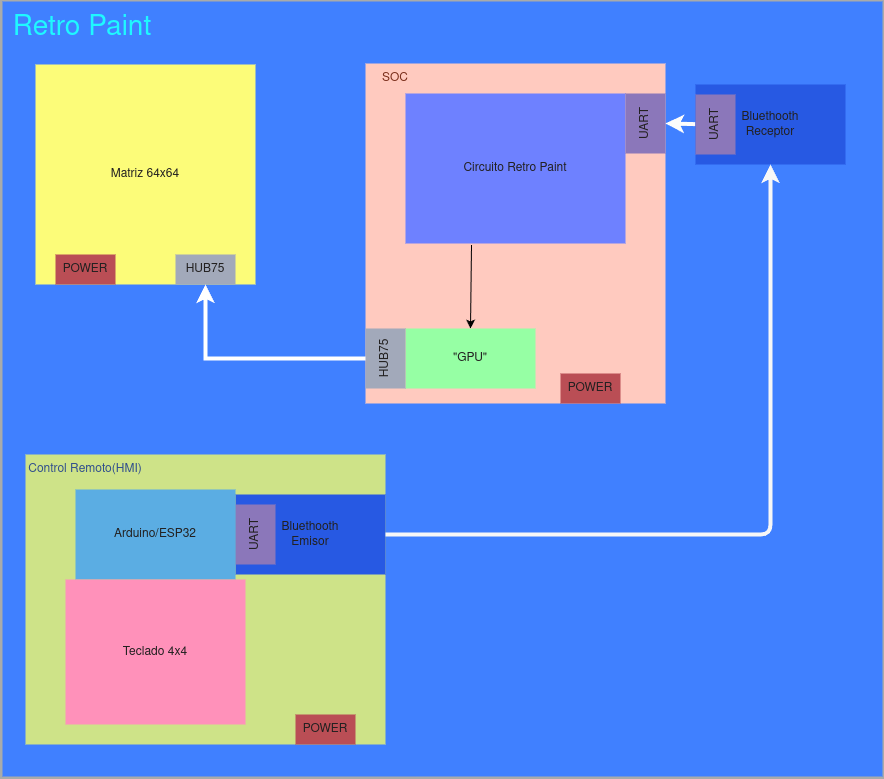
Earlier version of the draw.io export retro_paint/diagrams/bloques.png (safehehe/PTSD1). Source tidied: cells renumbered, new cells last; positions are measured from the earlier drawing's top-left corner, leaving out a move shared by most shapes.
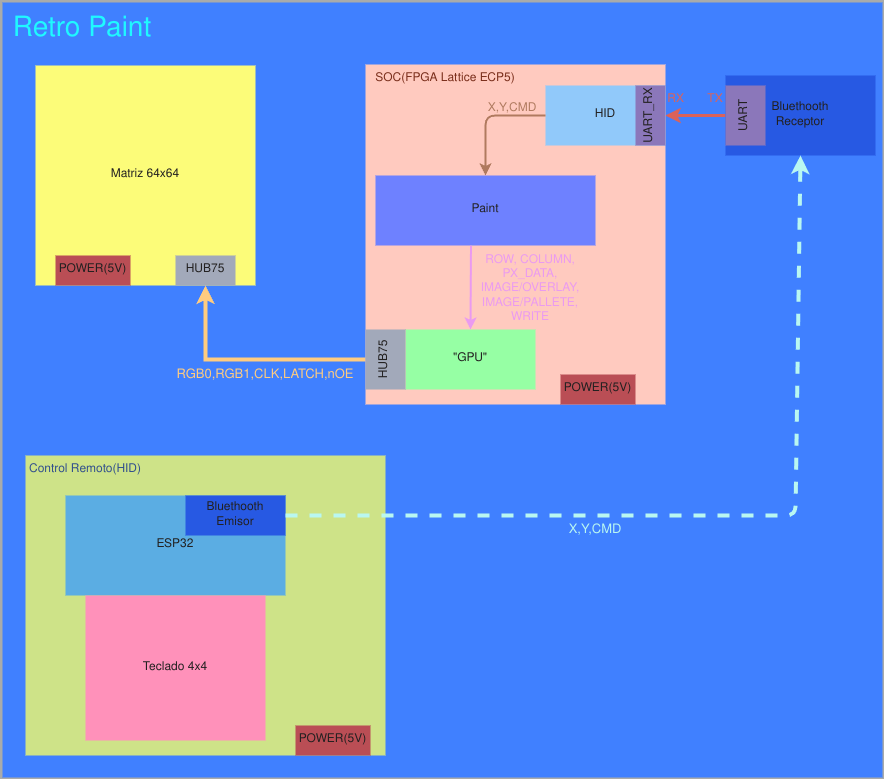
Later version of the same file.

Diff of the diagram source:
```diff
@@ -17,40 +17,13 @@
     <mxCell id="6" value="HUB75" style="rounded=0;whiteSpace=wrap;html=1;strokeColor=none;strokeWidth=4;fontColor=#222020;fillColor=#A2A9BA;direction=east;" parent="4" vertex="1">
       <mxGeometry x="140" y="190" width="60" height="30" as="geometry" />
     </mxCell>
-    <mxCell id="7" value="POWER" style="rounded=0;whiteSpace=wrap;html=1;strokeColor=none;strokeWidth=4;fontColor=#222020;fillColor=#BA4E55;direction=east;" parent="4" vertex="1">
-      <mxGeometry x="20" y="190" width="60" height="30" as="geometry" />
+    <mxCell id="7" value="POWER(5V)" style="rounded=0;whiteSpace=wrap;html=1;strokeColor=none;strokeWidth=4;fontColor=#222020;fillColor=#BA4E55;direction=east;" parent="4" vertex="1">
+      <mxGeometry x="20" y="190" width="75" height="30" as="geometry" />
     </mxCell>
-    <mxCell id="8" style="group;" parent="1" vertex="1">
-      <mxGeometry x="363" y="62" width="300" height="350" as="geometry" />
-    </mxCell>
-    <mxCell id="9" style="rounded=0;whiteSpace=wrap;html=1;labelBackgroundColor=none;strokeColor=none;strokeWidth=4;fontSize=28;fontColor=#1FF8FF;fillColor=#FFCABF;" parent="8" vertex="1">
-      <mxGeometry width="300" height="340" as="geometry" />
-    </mxCell>
-    <mxCell id="10" style="edgeStyle=none;html=1;entryX=0.5;entryY=0;entryDx=0;entryDy=0;exitX=0.3;exitY=1.01;exitDx=0;exitDy=0;exitPerimeter=0;" parent="8" edge="1" source="11" target="12">
-      <mxGeometry relative="1" as="geometry" />
-    </mxCell>
-    <mxCell id="11" value="Circuito Retro Paint" style="rounded=0;whiteSpace=wrap;html=1;labelBackgroundColor=none;strokeColor=none;strokeWidth=4;fontSize=12;fontColor=#222020;fillColor=#6E81FF;" parent="8" vertex="1">
-      <mxGeometry x="40" y="30" width="220" height="150" as="geometry" />
-    </mxCell>
-    <mxCell id="12" value="&quot;GPU&quot;" style="rounded=0;whiteSpace=wrap;html=1;labelBackgroundColor=none;strokeColor=none;strokeWidth=4;fontSize=12;fontColor=#222020;fillColor=#96FFA4;" parent="8" vertex="1">
-      <mxGeometry x="40" y="265" width="130" height="60" as="geometry" />
-    </mxCell>
-    <mxCell id="13" value="HUB75" style="rounded=0;whiteSpace=wrap;html=1;strokeColor=none;strokeWidth=4;fontColor=#222020;fillColor=#A2A9BA;direction=east;rotation=-90;" parent="8" vertex="1">
-      <mxGeometry x="-10" y="275" width="60" height="40" as="geometry" />
-    </mxCell>
-    <mxCell id="14" value="UART" style="rounded=0;whiteSpace=wrap;html=1;strokeColor=none;strokeWidth=4;fontColor=#222020;fillColor=#8B77BA;direction=east;rotation=-90;" parent="8" vertex="1">
-      <mxGeometry x="250" y="40" width="60" height="40" as="geometry" />
-    </mxCell>
-    <mxCell id="15" value="SOC" style="text;html=1;strokeColor=none;fillColor=none;align=center;verticalAlign=middle;whiteSpace=wrap;rounded=0;labelBackgroundColor=none;strokeWidth=4;fontSize=12;fontColor=#7A2E1B;" parent="8" vertex="1">
-      <mxGeometry width="60" height="30" as="geometry" />
-    </mxCell>
-    <mxCell id="16" value="POWER" style="rounded=0;whiteSpace=wrap;html=1;strokeColor=none;strokeWidth=4;fontColor=#222020;fillColor=#BA4E55;direction=east;" parent="8" vertex="1">
-      <mxGeometry x="195" y="310" width="60" height="30" as="geometry" />
-    </mxCell>
-    <mxCell id="17" style="edgeStyle=none;html=1;entryX=0.5;entryY=1;entryDx=0;entryDy=0;fontSize=12;fontColor=#222020;strokeWidth=4;strokeColor=#FCFCFC;" parent="1" edge="1" source="21" target="14">
+    <mxCell id="17" style="edgeStyle=none;html=1;entryX=0.5;entryY=1;entryDx=0;entryDy=0;fontSize=12;fontColor=#222020;strokeWidth=3;strokeColor=#DB625A;" parent="1" edge="1" source="21" target="14">
       <mxGeometry relative="1" as="geometry" />
     </mxCell>
-    <mxCell id="18" style="edgeStyle=none;html=1;entryX=0.5;entryY=1;entryDx=0;entryDy=0;fontSize=12;fontColor=#222020;strokeWidth=4;strokeColor=#FFFFFF;rounded=0;curved=0;" parent="1" edge="1" source="13" target="6">
+    <mxCell id="18" style="edgeStyle=none;html=1;entryX=0.5;entryY=1;entryDx=0;entryDy=0;fontSize=12;fontColor=#222020;strokeWidth=4;strokeColor=#FFCC80;rounded=0;curved=0;" parent="1" edge="1" source="13" target="6">
       <mxGeometry relative="1" as="geometry">
         <Array as="points">
           <mxPoint x="203" y="357" />
@@ -58,7 +31,7 @@
       </mxGeometry>
     </mxCell>
     <mxCell id="19" style="group;" parent="1" vertex="1">
-      <mxGeometry x="693" y="83" width="150" height="80" as="geometry" />
+      <mxGeometry x="723" y="73" width="150" height="80" as="geometry" />
     </mxCell>
     <mxCell id="20" value="Bluethooth&lt;div&gt;Receptor&lt;/div&gt;" style="rounded=0;whiteSpace=wrap;html=1;labelBackgroundColor=none;strokeColor=none;strokeWidth=4;fontSize=12;fontColor=#222020;fillColor=#2759E3;" parent="19" vertex="1">
       <mxGeometry width="150" height="80" as="geometry" />
@@ -67,38 +40,84 @@
       <mxGeometry x="-10" y="20" width="60" height="40" as="geometry" />
     </mxCell>
     <mxCell id="22" style="group;" parent="1" vertex="1">
-      <mxGeometry x="23" y="453" width="360" height="290" as="geometry" />
+      <mxGeometry x="23" y="453" width="360" height="300" as="geometry" />
     </mxCell>
     <mxCell id="23" style="rounded=0;whiteSpace=wrap;html=1;labelBackgroundColor=none;strokeColor=none;strokeWidth=4;fontSize=12;fontColor=#222020;fillColor=#CEE388;" parent="22" vertex="1">
-      <mxGeometry width="360" height="290" as="geometry" />
+      <mxGeometry width="360" height="300" as="geometry" />
     </mxCell>
-    <mxCell id="24" style="group;" parent="22" vertex="1">
-      <mxGeometry x="210" y="40" width="150" height="80" as="geometry" />
-    </mxCell>
-    <mxCell id="25" value="Bluethooth&lt;div&gt;Emisor&lt;/div&gt;" style="rounded=0;whiteSpace=wrap;html=1;labelBackgroundColor=none;strokeColor=none;strokeWidth=4;fontSize=12;fontColor=#222020;fillColor=#2759E3;" parent="24" vertex="1">
-      <mxGeometry width="150" height="80" as="geometry" />
-    </mxCell>
-    <mxCell id="26" value="UART" style="rounded=0;whiteSpace=wrap;html=1;strokeColor=none;strokeWidth=4;fontColor=#222020;fillColor=#8B77BA;direction=east;rotation=-90;" parent="24" vertex="1">
-      <mxGeometry x="-10" y="20" width="60" height="40" as="geometry" />
-    </mxCell>
-    <mxCell id="27" value="Control Remoto(HMI)" style="text;html=1;strokeColor=none;fillColor=none;align=center;verticalAlign=middle;whiteSpace=wrap;rounded=0;labelBackgroundColor=none;strokeWidth=4;fontSize=12;fontColor=#314F8C;" parent="22" vertex="1">
+    <mxCell id="27" value="Control Remoto(HID)" style="text;html=1;strokeColor=none;fillColor=none;align=center;verticalAlign=middle;whiteSpace=wrap;rounded=0;labelBackgroundColor=none;strokeWidth=4;fontSize=12;fontColor=#314F8C;" parent="22" vertex="1">
       <mxGeometry width="120" height="30" as="geometry" />
     </mxCell>
-    <mxCell id="28" value="&lt;font color=&quot;#222020&quot;&gt;Arduino/ESP32&lt;/font&gt;" style="rounded=0;whiteSpace=wrap;html=1;labelBackgroundColor=none;strokeColor=none;strokeWidth=4;fontSize=12;fontColor=#314F8C;fillColor=#5BADE3;" parent="22" vertex="1">
-      <mxGeometry x="50" y="35" width="160" height="90" as="geometry" />
+    <mxCell id="28" value="&lt;font color=&quot;#222020&quot;&gt;ESP32&lt;/font&gt;" style="rounded=0;whiteSpace=wrap;html=1;labelBackgroundColor=none;strokeColor=none;strokeWidth=4;fontSize=12;fontColor=#314F8C;fillColor=#5BADE3;" parent="22" vertex="1">
+      <mxGeometry x="40" y="40" width="220" height="100" as="geometry" />
     </mxCell>
     <mxCell id="29" value="Teclado 4x4" style="rounded=0;whiteSpace=wrap;html=1;labelBackgroundColor=none;strokeColor=none;strokeWidth=4;fontSize=12;fontColor=#222020;fillColor=#FF91BA;" parent="22" vertex="1">
-      <mxGeometry x="40" y="125" width="180" height="145" as="geometry" />
+      <mxGeometry x="60" y="140" width="180" height="145" as="geometry" />
     </mxCell>
-    <mxCell id="30" value="POWER" style="rounded=0;whiteSpace=wrap;html=1;strokeColor=none;strokeWidth=4;fontColor=#222020;fillColor=#BA4E55;direction=east;" parent="22" vertex="1">
-      <mxGeometry x="270" y="260" width="60" height="30" as="geometry" />
+    <mxCell id="30" value="POWER(5V)" style="rounded=0;whiteSpace=wrap;html=1;strokeColor=none;strokeWidth=4;fontColor=#222020;fillColor=#BA4E55;direction=east;" parent="22" vertex="1">
+      <mxGeometry x="270" y="270" width="75" height="30" as="geometry" />
     </mxCell>
+    <mxCell id="24" style="group;" parent="22" vertex="1">
+      <mxGeometry x="160" y="40" width="100" height="40" as="geometry" />
+    </mxCell>
+    <mxCell id="25" value="Bluethooth&lt;div&gt;Emisor&lt;/div&gt;" style="rounded=0;whiteSpace=wrap;html=1;labelBackgroundColor=none;strokeColor=none;strokeWidth=4;fontSize=12;fontColor=#222020;fillColor=#2759E3;" parent="24" vertex="1">
+      <mxGeometry width="100" height="40" as="geometry" />
+    </mxCell>
-    <mxCell id="31" style="edgeStyle=none;html=1;entryX=0.5;entryY=1;entryDx=0;entryDy=0;fontSize=12;fontColor=#222020;strokeWidth=4;strokeColor=#F7F7F7;" parent="1" edge="1" source="25" target="20">
+    <mxCell id="31" style="edgeStyle=none;html=1;entryX=0.5;entryY=1;entryDx=0;entryDy=0;fontSize=12;fontColor=#222020;strokeWidth=4;strokeColor=#B9F7F1;exitX=1;exitY=0.5;exitDx=0;exitDy=0;dashed=1;" parent="1" edge="1" source="25" target="20">
       <mxGeometry relative="1" as="geometry">
         <Array as="points">
-          <mxPoint x="768" y="533" />
+          <mxPoint x="793" y="513" />
         </Array>
       </mxGeometry>
     </mxCell>
+    <mxCell id="32" value="RGB0,RGB1,CLK,LATCH,nOE" style="text;html=1;strokeColor=none;fillColor=none;align=center;verticalAlign=middle;whiteSpace=wrap;rounded=0;fontSize=13;fontColor=#FFCC80;" parent="1" vertex="1">
+      <mxGeometry x="173" y="358" width="180" height="30" as="geometry" />
+    </mxCell>
+    <mxCell id="33" value="X,Y,CMD" style="text;html=1;strokeColor=none;fillColor=none;align=center;verticalAlign=middle;whiteSpace=wrap;rounded=0;fontSize=13;fontColor=#B9F7F1;" parent="1" vertex="1">
+      <mxGeometry x="503" y="513" width="180" height="30" as="geometry" />
+    </mxCell>
+    <mxCell id="34" value="RX&amp;nbsp; &amp;nbsp; &amp;nbsp; &amp;nbsp;TX" style="text;html=1;strokeColor=none;fillColor=none;align=center;verticalAlign=middle;whiteSpace=wrap;rounded=0;fontColor=#DB625A;" parent="1" vertex="1">
+      <mxGeometry x="663" y="83" width="60" height="30" as="geometry" />
+    </mxCell>
+    <mxCell id="9" style="rounded=0;whiteSpace=wrap;html=1;labelBackgroundColor=none;strokeColor=none;strokeWidth=4;fontSize=28;fontColor=#1FF8FF;fillColor=#FFCABF;" parent="1" vertex="1">
+      <mxGeometry x="363" y="62" width="300" height="340" as="geometry" />
+    </mxCell>
+    <mxCell id="11" value="Paint" style="rounded=0;whiteSpace=wrap;html=1;labelBackgroundColor=none;strokeColor=none;strokeWidth=4;fontSize=12;fontColor=#222020;fillColor=#6E81FF;" parent="1" vertex="1">
+      <mxGeometry x="373" y="173" width="220" height="70" as="geometry" />
+    </mxCell>
+    <mxCell id="12" value="&quot;GPU&quot;" style="rounded=0;whiteSpace=wrap;html=1;labelBackgroundColor=none;strokeColor=none;strokeWidth=4;fontSize=12;fontColor=#222020;fillColor=#96FFA4;" parent="1" vertex="1">
+      <mxGeometry x="403" y="327" width="130" height="60" as="geometry" />
+    </mxCell>
+    <mxCell id="10" style="edgeStyle=none;html=1;entryX=0.5;entryY=0;entryDx=0;entryDy=0;exitX=0.434;exitY=1.003;exitDx=0;exitDy=0;exitPerimeter=0;strokeColor=#EA9AF0;strokeWidth=2;" parent="1" edge="1" source="11" target="12">
+      <mxGeometry relative="1" as="geometry" />
+    </mxCell>
+    <mxCell id="13" value="HUB75" style="rounded=0;whiteSpace=wrap;html=1;strokeColor=none;strokeWidth=4;fontColor=#222020;fillColor=#A2A9BA;direction=east;rotation=-90;" parent="1" vertex="1">
+      <mxGeometry x="353" y="337" width="60" height="40" as="geometry" />
+    </mxCell>
+    <mxCell id="15" value="SOC(FPGA Lattice ECP5)" style="text;html=1;strokeColor=none;fillColor=none;align=center;verticalAlign=middle;whiteSpace=wrap;rounded=0;labelBackgroundColor=none;strokeWidth=4;fontSize=12;fontColor=#7A2E1B;" parent="1" vertex="1">
+      <mxGeometry x="363" y="62" width="160" height="30" as="geometry" />
+    </mxCell>
+    <mxCell id="16" value="POWER(5V)" style="rounded=0;whiteSpace=wrap;html=1;strokeColor=none;strokeWidth=4;fontColor=#222020;fillColor=#BA4E55;direction=east;" parent="1" vertex="1">
+      <mxGeometry x="558" y="372" width="75" height="30" as="geometry" />
+    </mxCell>
+    <mxCell id="35" value="HID" style="rounded=0;whiteSpace=wrap;html=1;fontColor=#222020;fillColor=#91C9FA;gradientColor=none;strokeColor=none;" parent="1" vertex="1">
+      <mxGeometry x="543" y="83" width="120" height="60" as="geometry" />
+    </mxCell>
+    <mxCell id="14" value="UART_RX" style="rounded=0;whiteSpace=wrap;html=1;strokeColor=none;strokeWidth=4;fontColor=#222020;fillColor=#8B77BA;direction=east;rotation=-90;" parent="1" vertex="1">
+      <mxGeometry x="618" y="98" width="60" height="30" as="geometry" />
+    </mxCell>
+    <mxCell id="36" style="endArrow=classic;html=1;entryX=0.5;entryY=0;entryDx=0;entryDy=0;exitX=0;exitY=0.5;exitDx=0;exitDy=0;strokeWidth=2;strokeColor=#B07A5F;" parent="1" edge="1" source="35" target="11">
+      <mxGeometry relative="1" as="geometry">
+        <Array as="points">
+          <mxPoint x="483" y="113" />
+        </Array>
+      </mxGeometry>
+    </mxCell>
+    <mxCell id="37" value="X,Y,CMD" style="text;html=1;strokeColor=none;fillColor=none;align=center;verticalAlign=middle;whiteSpace=wrap;rounded=0;fontColor=#B07A5F;" parent="1" vertex="1">
+      <mxGeometry x="480" y="92" width="60" height="30" as="geometry" />
+    </mxCell>
+    <mxCell id="38" value="ROW, COLUMN, PX_DATA, IMAGE/OVERLAY, IMAGE/PALLETE, WRITE" style="text;html=1;strokeColor=none;fillColor=none;align=center;verticalAlign=middle;whiteSpace=wrap;rounded=0;fontColor=#EA9AF0;" parent="1" vertex="1">
+      <mxGeometry x="473" y="247" width="110" height="80" as="geometry" />
+    </mxCell>
   </root>
 </mxGraphModel>
```
